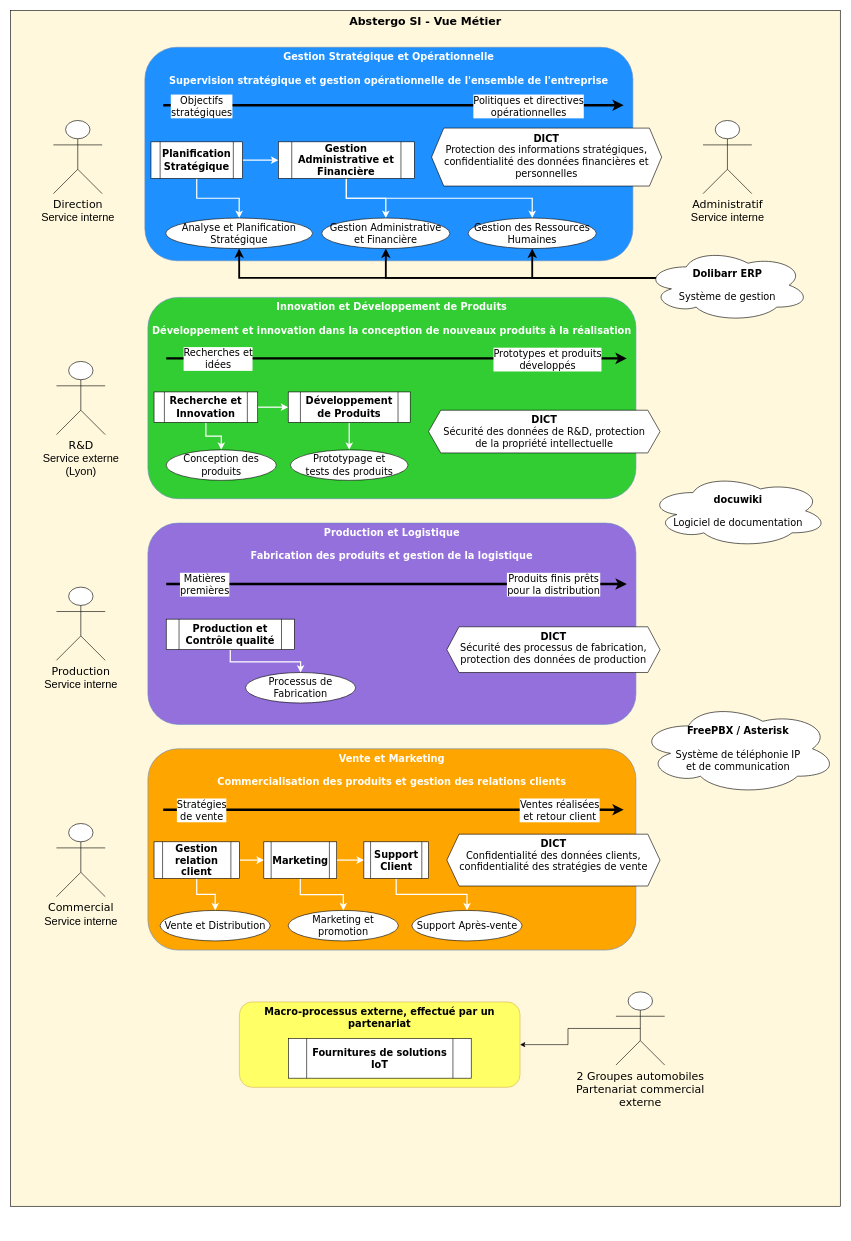
This is Vue_Métier_v2.drawio from CharifMah/AbstergoAnimus, a draw.io file, before an edit. Source tidied: cells renumbered, new cells numbered last; positions are measured from the earlier drawing's top-left corner, leaving out a move shared by most shapes. Both pictures are drawn from the tidied source at 61%, with x=0, y=0 at pixel (10, 10).
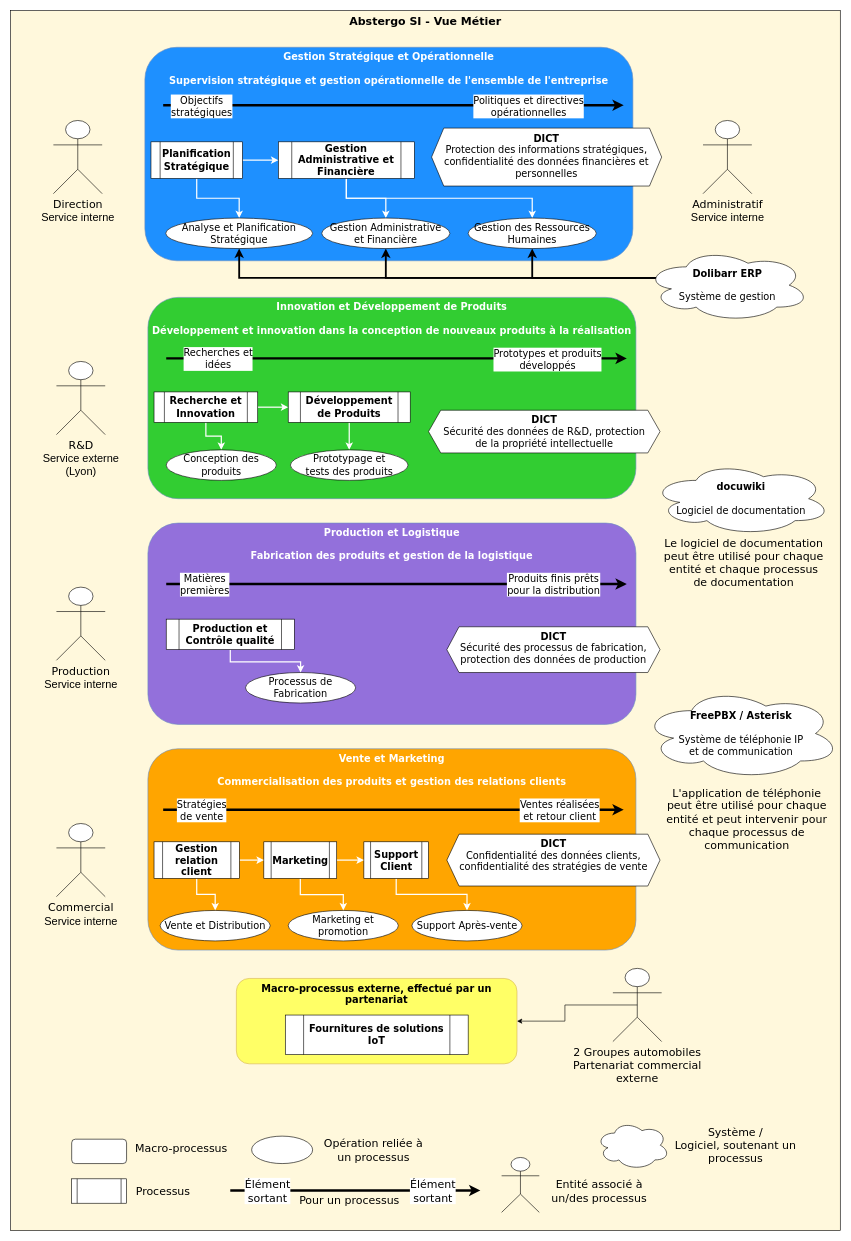
Above is the later version.

Commit message (it also covers changes not shown here):
Mettre à jour Vue_Métier_v2.drawio

Diff of the diagram source:
```diff
@@
     <mxCell id="2" value="&lt;b&gt;&lt;font size=&quot;1&quot;&gt;&lt;span style=&quot;font-size: 18px;&quot;&gt;Abstergo SI - Vue Métier&lt;/span&gt;&lt;/font&gt;&lt;/b&gt;" style="rounded=0;whiteSpace=wrap;html=1;verticalAlign=top;fillColor=#FFF8DC;fontFamily=Verdana;" parent="1" vertex="1">
-      <mxGeometry width="1360" height="1960" as="geometry" />
+      <mxGeometry width="1360" height="2000" as="geometry" />
     </mxCell>
@@
     <mxCell id="50" value="&lt;font style=&quot;font-size: 18px;&quot; face=&quot;Verdana&quot;&gt;2 &lt;font style=&quot;font-size: 18px;&quot;&gt;Groupes automobiles&lt;br&gt;Partenariat commercial &lt;br&gt;externe&lt;br&gt;&lt;/font&gt;&lt;/font&gt;" style="shape=umlActor;verticalLabelPosition=bottom;verticalAlign=top;html=1;outlineConnect=0;" parent="1" vertex="1">
-      <mxGeometry x="992.2" y="1608.5" width="80" height="120" as="geometry" />
+      <mxGeometry x="987.2" y="1570" width="80" height="120" as="geometry" />
     </mxCell>
@@
     <mxCell id="64" value="Macro-processus externe, effectué par un partenariat " style="rounded=1;whiteSpace=wrap;html=1;fillColor=#FFFF66;strokeColor=#d6b656;fontStyle=1;verticalAlign=top;fontFamily=Verdana;fontSize=16;" parent="1" vertex="1">
-      <mxGeometry x="375" y="1625" width="460" height="140" as="geometry" />
+      <mxGeometry x="370" y="1586.5" width="460" height="140" as="geometry" />
     </mxCell>
     <mxCell id="65" value="&lt;b&gt;Fournitures de solutions IoT&lt;br&gt;&lt;/b&gt;" style="shape=process;whiteSpace=wrap;html=1;fontFamily=Verdana;fontSize=16;" parent="1" vertex="1">
-      <mxGeometry x="455.2" y="1685" width="299.8" height="65" as="geometry" />
+      <mxGeometry x="450.2" y="1646.5" width="299.8" height="65" as="geometry" />
     </mxCell>
     <mxCell id="66" value="&lt;font face=&quot;Verdana&quot; style=&quot;font-size: 16px;&quot;&gt;&lt;b&gt;FreePBX / Asterisk&lt;br&gt;&lt;/b&gt;&lt;br&gt;Système de téléphonie IP &lt;br&gt;et de communication&lt;br&gt;&lt;/font&gt;" style="ellipse;shape=cloud;whiteSpace=wrap;html=1;" parent="1" vertex="1">
-      <mxGeometry x="1029.8" y="1135" width="325.2" height="150" as="geometry" />
+      <mxGeometry x="1034.8" y="1110" width="325.2" height="150" as="geometry" />
     </mxCell>
     <mxCell id="67" value="&lt;font face=&quot;Verdana&quot; style=&quot;font-size: 16px;&quot;&gt;&lt;b&gt;docuwiki&lt;br&gt;&lt;/b&gt;&lt;br&gt;Logiciel de documentation&lt;br&gt;&lt;/font&gt;" style="ellipse;shape=cloud;whiteSpace=wrap;html=1;" parent="1" vertex="1">
-      <mxGeometry x="1044.8" y="760" width="295.2" height="120" as="geometry" />
+      <mxGeometry x="1049.8" y="740" width="295.2" height="120" as="geometry" />
     </mxCell>
+    <mxCell id="68" value="&lt;font style=&quot;font-size: 18px;&quot; face=&quot;Verdana&quot;&gt;L'application de téléphonie peut être utilisé pour chaque entité et peut intervenir pour chaque processus de communication&lt;/font&gt;" style="text;html=1;strokeColor=none;fillColor=none;align=center;verticalAlign=middle;whiteSpace=wrap;rounded=0;" parent="1" vertex="1">
+      <mxGeometry x="1072.2" y="1260" width="270.1" height="130" as="geometry" />
+    </mxCell>
+    <mxCell id="69" value="&lt;font style=&quot;font-size: 18px;&quot; face=&quot;Verdana&quot;&gt;Le logiciel de documentation peut être utilisé pour chaque entité et chaque processus de documentation&lt;br&gt;&lt;/font&gt;" style="text;html=1;strokeColor=none;fillColor=none;align=center;verticalAlign=middle;whiteSpace=wrap;rounded=0;" parent="1" vertex="1">
+      <mxGeometry x="1067.2" y="870" width="270.1" height="70" as="geometry" />
+    </mxCell>
+    <mxCell id="70" style="rounded=1;whiteSpace=wrap;html=1;" parent="1" vertex="1">
+      <mxGeometry x="100" y="1850" width="90" height="40" as="geometry" />
+    </mxCell>
+    <mxCell id="71" value="&lt;font style=&quot;font-size: 18px;&quot; face=&quot;Verdana&quot;&gt;Macro-processus&lt;/font&gt;" style="text;html=1;strokeColor=none;fillColor=none;align=center;verticalAlign=middle;whiteSpace=wrap;rounded=0;" parent="1" vertex="1">
+      <mxGeometry x="200" y="1850" width="160" height="30" as="geometry" />
+    </mxCell>
+    <mxCell id="72" style="shape=process;whiteSpace=wrap;html=1;backgroundOutline=1;" parent="1" vertex="1">
+      <mxGeometry x="100" y="1915" width="90" height="40" as="geometry" />
+    </mxCell>
+    <mxCell id="73" value="&lt;font style=&quot;font-size: 18px;&quot; face=&quot;Verdana&quot;&gt;Processus&lt;/font&gt;" style="text;html=1;strokeColor=none;fillColor=none;align=center;verticalAlign=middle;whiteSpace=wrap;rounded=0;" parent="1" vertex="1">
+      <mxGeometry x="220" y="1920" width="60" height="30" as="geometry" />
+    </mxCell>
+    <mxCell id="74" style="ellipse;whiteSpace=wrap;html=1;" parent="1" vertex="1">
+      <mxGeometry x="395" y="1845" width="100" height="45" as="geometry" />
+    </mxCell>
+    <mxCell id="75" value="&lt;font style=&quot;font-size: 18px;&quot; face=&quot;Verdana&quot;&gt;Opération reliée à un processus&lt;/font&gt;" style="text;html=1;strokeColor=none;fillColor=none;align=center;verticalAlign=middle;whiteSpace=wrap;rounded=0;" parent="1" vertex="1">
+      <mxGeometry x="510" y="1852.5" width="170" height="30" as="geometry" />
+    </mxCell>
+    <mxCell id="76" style="endArrow=classic;html=1;rounded=0;exitX=0.5;exitY=1;exitDx=0;exitDy=0;fontSize=16;strokeWidth=4;fontFamily=Verdana;" parent="1" edge="1">
+      <mxGeometry relative="1" as="geometry">
+        <mxPoint x="360" y="1934.1" as="sourcePoint" />
+        <mxPoint x="770" y="1934" as="targetPoint" />
+      </mxGeometry>
+    </mxCell>
+    <mxCell id="77" value="&lt;font style=&quot;font-size: 18px;&quot;&gt;Élément&lt;br&gt;sortant&lt;/font&gt;" style="edgeLabel;html=1;align=center;verticalAlign=middle;fontFamily=Verdana;fontSize=16;" parent="76" vertex="1">
+      <mxGeometry x="0.5" y="-1" relative="1" as="geometry">
+        <mxPoint x="23" y="-1" as="offset" />
+      </mxGeometry>
+    </mxCell>
+    <mxCell id="78" value="&lt;font style=&quot;font-size: 18px;&quot;&gt;Élément&lt;br&gt;sortant&lt;/font&gt;" style="edgeLabel;html=1;align=center;verticalAlign=middle;fontFamily=Verdana;fontSize=16;" parent="76" vertex="1">
+      <mxGeometry x="-0.89" relative="1" as="geometry">
+        <mxPoint x="38" as="offset" />
+      </mxGeometry>
+    </mxCell>
+    <mxCell id="79" value="&lt;font style=&quot;font-size: 18px;&quot; face=&quot;Verdana&quot;&gt;Pour un processus&lt;/font&gt;" style="text;html=1;strokeColor=none;fillColor=none;align=center;verticalAlign=middle;whiteSpace=wrap;rounded=0;" parent="1" vertex="1">
+      <mxGeometry x="462.8" y="1935" width="184.5" height="30" as="geometry" />
+    </mxCell>
+    <mxCell id="80" style="shape=umlActor;verticalLabelPosition=bottom;verticalAlign=top;html=1;" parent="1" vertex="1">
+      <mxGeometry x="804.8" y="1880" width="61.8" height="90" as="geometry" />
+    </mxCell>
+    <mxCell id="81" value="&lt;font style=&quot;font-size: 18px;&quot; face=&quot;Verdana&quot;&gt;Entité associé à un/des processus&lt;br&gt;&lt;/font&gt;" style="text;html=1;strokeColor=none;fillColor=none;align=center;verticalAlign=middle;whiteSpace=wrap;rounded=0;" parent="1" vertex="1">
+      <mxGeometry x="879.8" y="1920" width="170.2" height="30" as="geometry" />
+    </mxCell>
+    <mxCell id="82" style="ellipse;shape=cloud;whiteSpace=wrap;html=1;" parent="1" vertex="1">
+      <mxGeometry x="960" y="1820" width="120" height="80" as="geometry" />
+    </mxCell>
+    <mxCell id="83" value="&lt;font style=&quot;font-size: 18px;&quot; face=&quot;Verdana&quot;&gt;Système / &lt;br&gt;Logiciel, soutenant un processus&lt;br&gt;&lt;/font&gt;" style="text;html=1;strokeColor=none;fillColor=none;align=center;verticalAlign=middle;whiteSpace=wrap;rounded=0;" parent="1" vertex="1">
+      <mxGeometry x="1060" y="1845" width="257.3" height="30" as="geometry" />
+    </mxCell>
```
